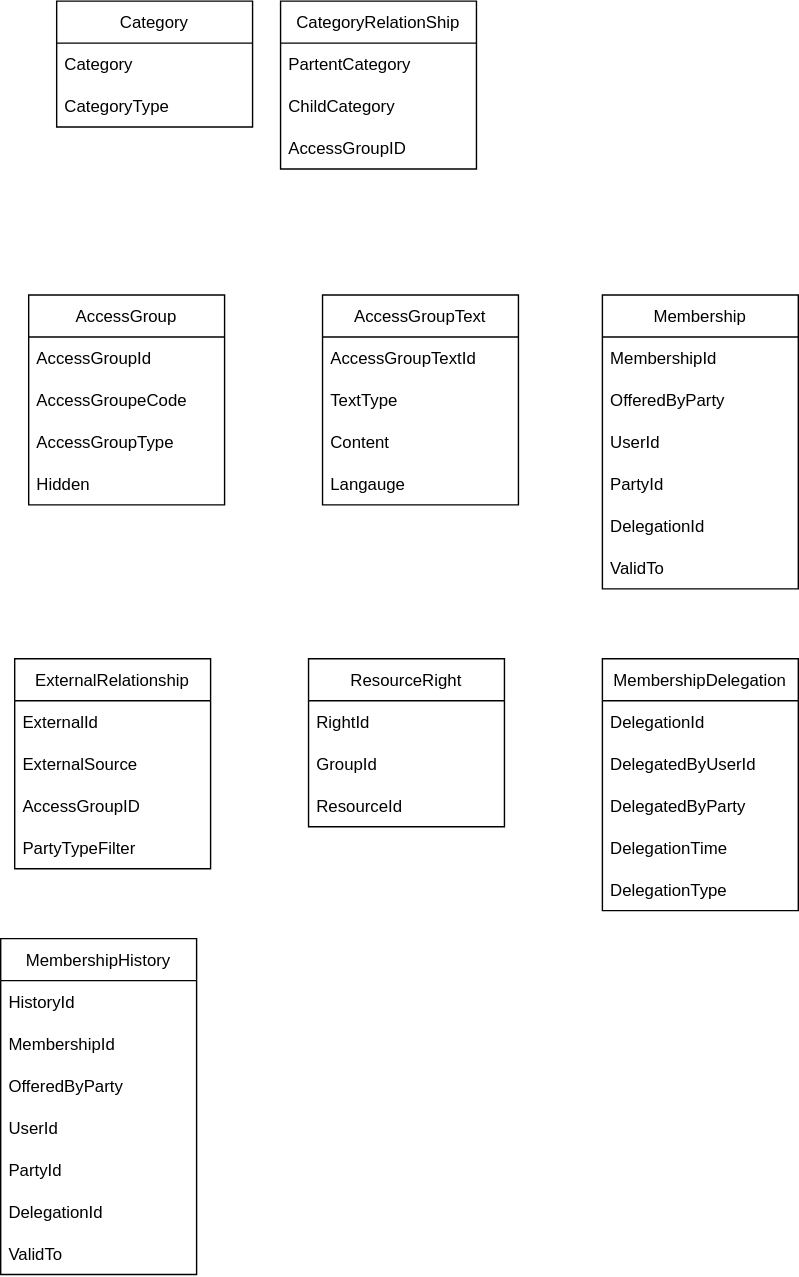
Above: content/technology/architecture/components/application/solution/altinn-platform/authorization/accessgroups/dbmodel.drawio.svg in Altinn/altinn-studio-docs (draw.io), before the change. Source tidied: cells renumbered, new cells last; positions are measured from the earlier drawing's top-left corner, leaving out a move shared by most shapes.
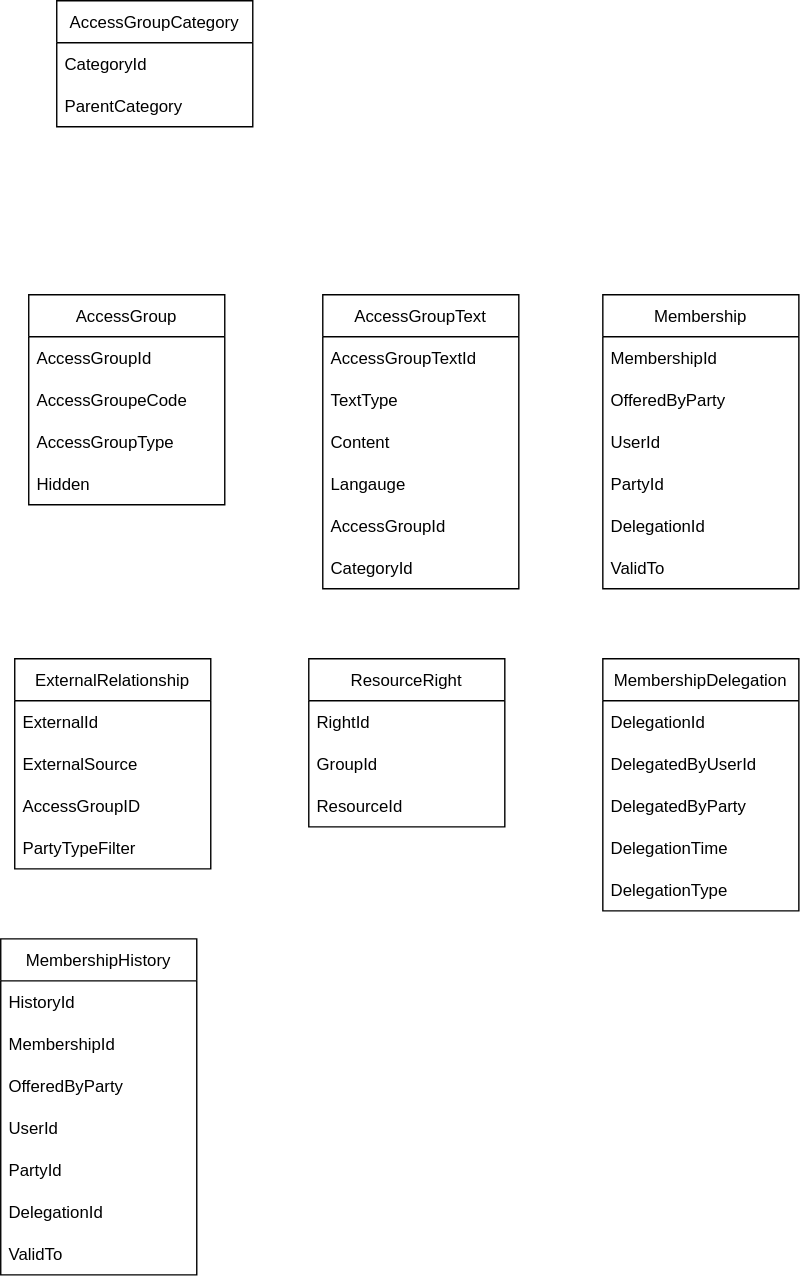
Above is the later version.

The edit, as a diff of the source:
```diff
@@ -18,7 +18,7 @@
       <mxGeometry y="120" width="140" height="30" as="geometry" />
     </mxCell>
     <mxCell id="7" value="AccessGroupText" style="swimlane;fontStyle=0;horizontal=1;startSize=30;" parent="1" vertex="1">
-      <mxGeometry x="230" y="210" width="140" height="150" as="geometry" />
+      <mxGeometry x="230" y="210" width="140" height="210" as="geometry" />
     </mxCell>
     <mxCell id="8" value="AccessGroupTextId" style="text;strokeColor=none;fillColor=none;align=left;verticalAlign=middle;spacingLeft=4;spacingRight=4;overflow=hidden;" parent="7" vertex="1">
       <mxGeometry y="30" width="140" height="30" as="geometry" />
@@ -32,6 +32,12 @@
     <mxCell id="11" value="Langauge" style="text;strokeColor=none;fillColor=none;align=left;verticalAlign=middle;spacingLeft=4;spacingRight=4;overflow=hidden;" parent="7" vertex="1">
       <mxGeometry y="120" width="140" height="30" as="geometry" />
     </mxCell>
+    <mxCell id="49" value="AccessGroupId" style="text;strokeColor=none;fillColor=none;align=left;verticalAlign=middle;spacingLeft=4;spacingRight=4;overflow=hidden;" parent="7" vertex="1">
+      <mxGeometry y="150" width="140" height="30" as="geometry" />
+    </mxCell>
+    <mxCell id="50" value="CategoryId" style="text;strokeColor=none;fillColor=none;align=left;verticalAlign=middle;spacingLeft=4;spacingRight=4;overflow=hidden;" parent="7" vertex="1">
+      <mxGeometry y="180" width="140" height="30" as="geometry" />
+    </mxCell>
     <mxCell id="12" value="ExternalRelationship" style="swimlane;fontStyle=0;horizontal=1;startSize=30;" parent="1" vertex="1">
       <mxGeometry x="10" y="470" width="140" height="150" as="geometry" />
     </mxCell>
@@ -122,26 +128,14 @@
     <mxCell id="41" value="ValidTo" style="text;strokeColor=none;fillColor=none;align=left;verticalAlign=middle;spacingLeft=4;spacingRight=4;overflow=hidden;" parent="34" vertex="1">
       <mxGeometry y="210" width="140" height="30" as="geometry" />
     </mxCell>
-    <mxCell id="42" value="Category" style="swimlane;fontStyle=0;horizontal=1;startSize=30;" parent="1" vertex="1">
+    <mxCell id="42" value="AccessGroupCategory" style="swimlane;fontStyle=0;horizontal=1;startSize=30;" parent="1" vertex="1">
       <mxGeometry x="40" width="140" height="90" as="geometry" />
     </mxCell>
-    <mxCell id="43" value="Category" style="text;strokeColor=none;fillColor=none;align=left;verticalAlign=middle;spacingLeft=4;spacingRight=4;overflow=hidden;" parent="42" vertex="1">
+    <mxCell id="43" value="CategoryId" style="text;strokeColor=none;fillColor=none;align=left;verticalAlign=middle;spacingLeft=4;spacingRight=4;overflow=hidden;" parent="42" vertex="1">
       <mxGeometry y="30" width="140" height="30" as="geometry" />
     </mxCell>
-    <mxCell id="44" value="CategoryType" style="text;strokeColor=none;fillColor=none;align=left;verticalAlign=middle;spacingLeft=4;spacingRight=4;overflow=hidden;" parent="42" vertex="1">
+    <mxCell id="44" value="ParentCategory" style="text;strokeColor=none;fillColor=none;align=left;verticalAlign=middle;spacingLeft=4;spacingRight=4;overflow=hidden;" parent="42" vertex="1">
       <mxGeometry y="60" width="140" height="30" as="geometry" />
     </mxCell>
-    <mxCell id="45" value="CategoryRelationShip" style="swimlane;fontStyle=0;horizontal=1;startSize=30;" parent="1" vertex="1">
-      <mxGeometry x="200" width="140" height="120" as="geometry" />
-    </mxCell>
-    <mxCell id="46" value="PartentCategory" style="text;strokeColor=none;fillColor=none;align=left;verticalAlign=middle;spacingLeft=4;spacingRight=4;overflow=hidden;" parent="45" vertex="1">
-      <mxGeometry y="30" width="140" height="30" as="geometry" />
-    </mxCell>
-    <mxCell id="47" value="ChildCategory" style="text;strokeColor=none;fillColor=none;align=left;verticalAlign=middle;spacingLeft=4;spacingRight=4;overflow=hidden;" parent="45" vertex="1">
-      <mxGeometry y="60" width="140" height="30" as="geometry" />
-    </mxCell>
-    <mxCell id="48" value="AccessGroupID" style="text;strokeColor=none;fillColor=none;align=left;verticalAlign=middle;spacingLeft=4;spacingRight=4;overflow=hidden;" parent="45" vertex="1">
-      <mxGeometry y="90" width="140" height="30" as="geometry" />
-    </mxCell>
   </root>
 </mxGraphModel>
```
